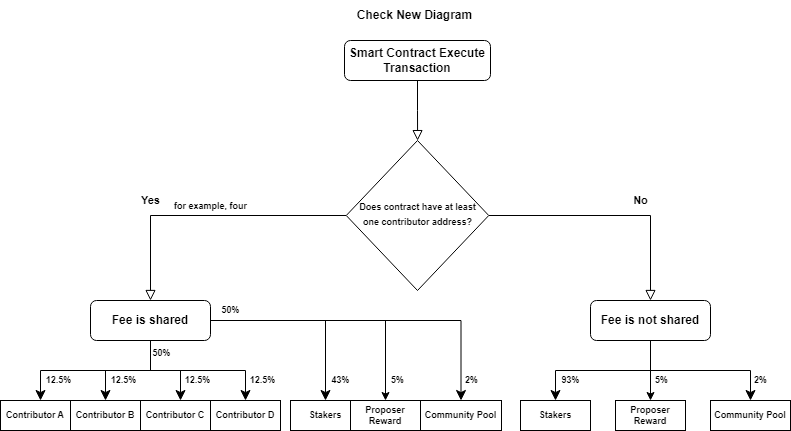
Above: contributor-incentivized fee sharing.png in CamelJuno/diagrams (draw.io), before the change. Source tidied: cells renumbered, new cells last; positions are measured from the earlier drawing's top-left corner, leaving out a move shared by most shapes.
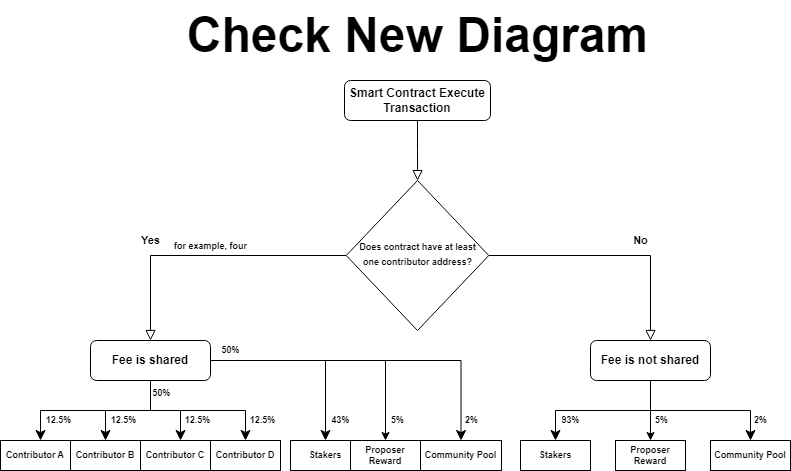
The same file after the commit.

The edit, as a diff of the source:
```diff
@@ -137,8 +137,8 @@
     <mxCell id="41" value="&lt;b&gt;5%&lt;/b&gt;" style="text;html=1;align=center;verticalAlign=middle;strokeColor=none;fillColor=none;fontSize=9;" parent="1" vertex="1">
       <mxGeometry x="377" y="370" width="40" height="20" as="geometry" />
     </mxCell>
-    <mxCell id="42" value="&lt;b style=&quot;&quot;&gt;Check New Diagram&lt;/b&gt;" style="text;html=1;align=center;verticalAlign=middle;strokeColor=none;fillColor=none;" parent="1" vertex="1">
-      <mxGeometry x="344" width="140" height="30" as="geometry" />
+    <mxCell id="42" value="&lt;b style=&quot;&quot;&gt;&lt;font style=&quot;font-size: 48px;&quot;&gt;Check New Diagram&lt;/font&gt;&lt;/b&gt;" style="text;html=1;align=center;verticalAlign=middle;strokeColor=none;fillColor=none;" parent="1" vertex="1">
+      <mxGeometry x="172" y="-40" width="490" height="70" as="geometry" />
     </mxCell>
   </root>
 </mxGraphModel>
```
